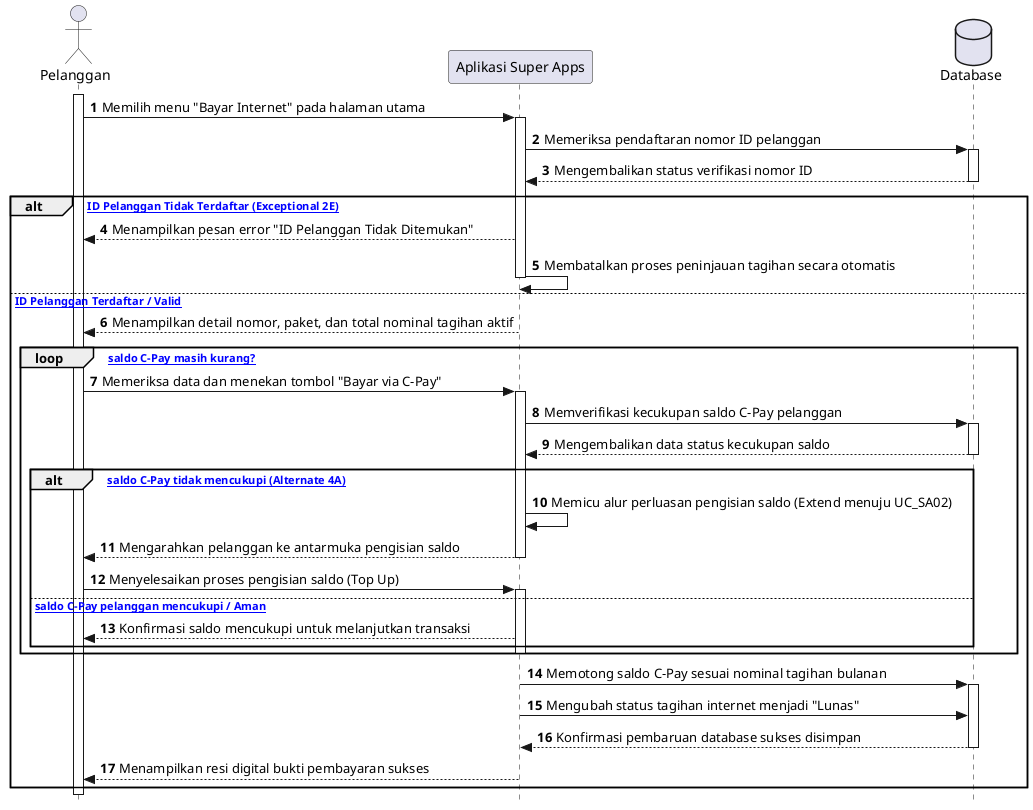
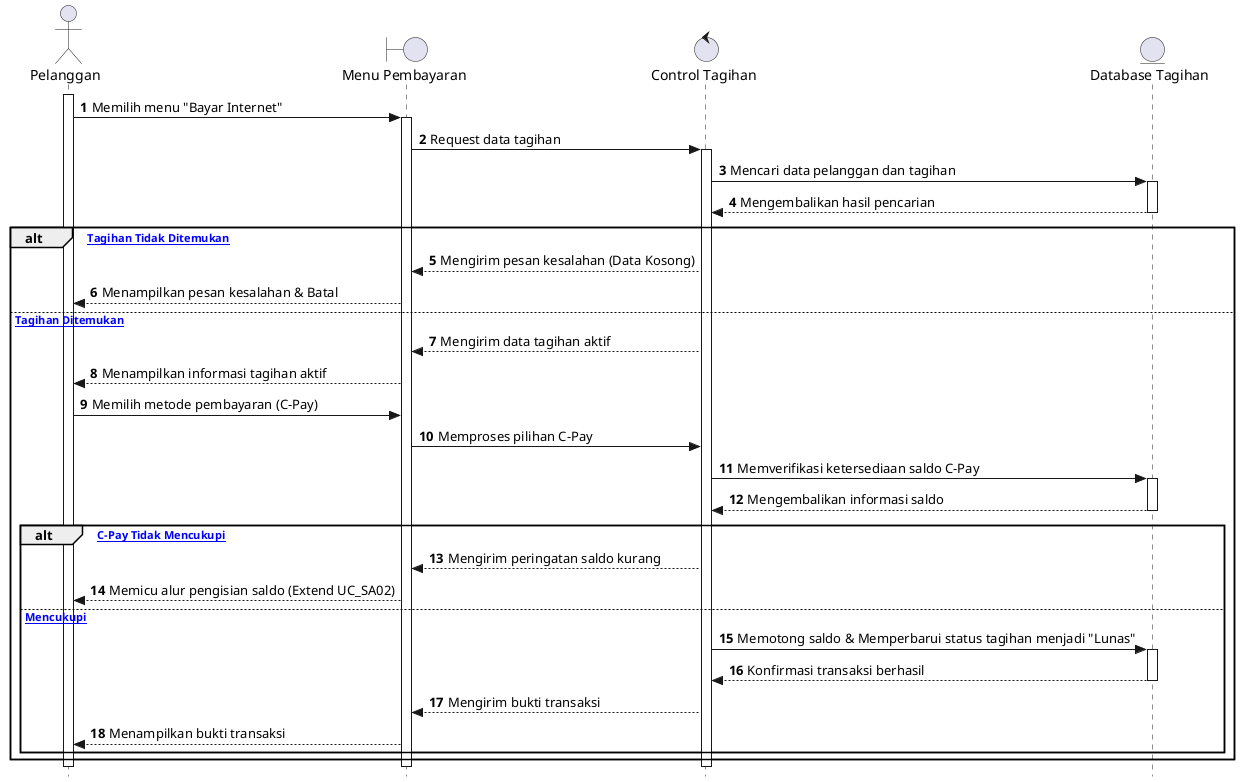
@startuml
autonumber
skinparam style strictuml

actor Pelanggan
- participant "Aplikasi Super Apps" as App
- database "Database" as DB
+ boundary "Menu Pembayaran" as Form
+ control "Control Tagihan" as Ctrl
+ entity "Database Tagihan" as DB

activate Pelanggan
- Pelanggan -> App: Memilih menu "Bayar Internet" pada halaman utama
- activate App
- 
- App -> DB: Memeriksa pendaftaran nomor ID pelanggan
+ Pelanggan -> Form: Memilih menu "Bayar Internet"
+ activate Form
+ Form -> Ctrl: Request data tagihan
+ activate Ctrl
+ Ctrl -> DB: Mencari data pelanggan dan tagihan
activate DB
- DB --> App: Mengembalikan status verifikasi nomor ID
+ DB --> Ctrl: Mengembalikan hasil pencarian
deactivate DB

- alt [Nomor ID Pelanggan Tidak Terdaftar (Exceptional 2E)]
-     App --> Pelanggan: Menampilkan pesan error "ID Pelanggan Tidak Ditemukan"
-     App -> App: Membatalkan proses peninjauan tagihan secara otomatis
-     deactivate App
- else [Nomor ID Pelanggan Terdaftar / Valid]
-     App --> Pelanggan: Menampilkan detail nomor, paket, dan total nominal tagihan aktif
-     deactivate App
+ alt [Data Tagihan Tidak Ditemukan]
+     Ctrl --> Form: Mengirim pesan kesalahan (Data Kosong)
+     Form --> Pelanggan: Menampilkan pesan kesalahan & Batal
+ else [Data Tagihan Ditemukan]
+     Ctrl --> Form: Mengirim data tagihan aktif
+     Form --> Pelanggan: Menampilkan informasi tagihan aktif

-     loop [Apakah saldo C-Pay masih kurang?]
-         Pelanggan -> App: Memeriksa data dan menekan tombol "Bayar via C-Pay"
-         activate App
-         App -> DB: Memverifikasi kecukupan saldo C-Pay pelanggan
+     Pelanggan -> Form: Memilih metode pembayaran (C-Pay)
+     Form -> Ctrl: Memproses pilihan C-Pay
+     Ctrl -> DB: Memverifikasi ketersediaan saldo C-Pay
+     activate DB
+     DB --> Ctrl: Mengembalikan informasi saldo
+     deactivate DB
+ 
+     alt [Saldo C-Pay Tidak Mencukupi]
+         Ctrl --> Form: Mengirim peringatan saldo kurang
+         Form --> Pelanggan: Memicu alur pengisian saldo (Extend UC_SA02)
+     else [Saldo Mencukupi]
+         Ctrl -> DB: Memotong saldo & Memperbarui status tagihan menjadi "Lunas"
        activate DB
-         DB --> App: Mengembalikan data status kecukupan saldo
+         DB --> Ctrl: Konfirmasi transaksi berhasil
        deactivate DB
- 
-         alt [Jumlah saldo C-Pay tidak mencukupi (Alternate 4A)]
-             App -> App: Memicu alur perluasan pengisian saldo (Extend menuju UC_SA02)
-             App --> Pelanggan: Mengarahkan pelanggan ke antarmuka pengisian saldo
-             deactivate App
-             Pelanggan -> App: Menyelesaikan proses pengisian saldo (Top Up)
-             activate App
-         else [Jumlah saldo C-Pay pelanggan mencukupi / Aman]
-             App --> Pelanggan: Konfirmasi saldo mencukupi untuk melanjutkan transaksi
-         end
-         deactivate App
+         Ctrl --> Form: Mengirim bukti transaksi
+         Form --> Pelanggan: Menampilkan bukti transaksi
    end
- 
-     activate App
-     App -> DB: Memotong saldo C-Pay sesuai nominal tagihan bulanan
-     activate DB
-     App -> DB: Mengubah status tagihan internet menjadi "Lunas"
-     DB --> App: Konfirmasi pembaruan database sukses disimpan
-     deactivate DB
-     App --> Pelanggan: Menampilkan resi digital bukti pembayaran sukses
-     deactivate App
end

+ deactivate Ctrl
+ deactivate Form
deactivate Pelanggan
@enduml